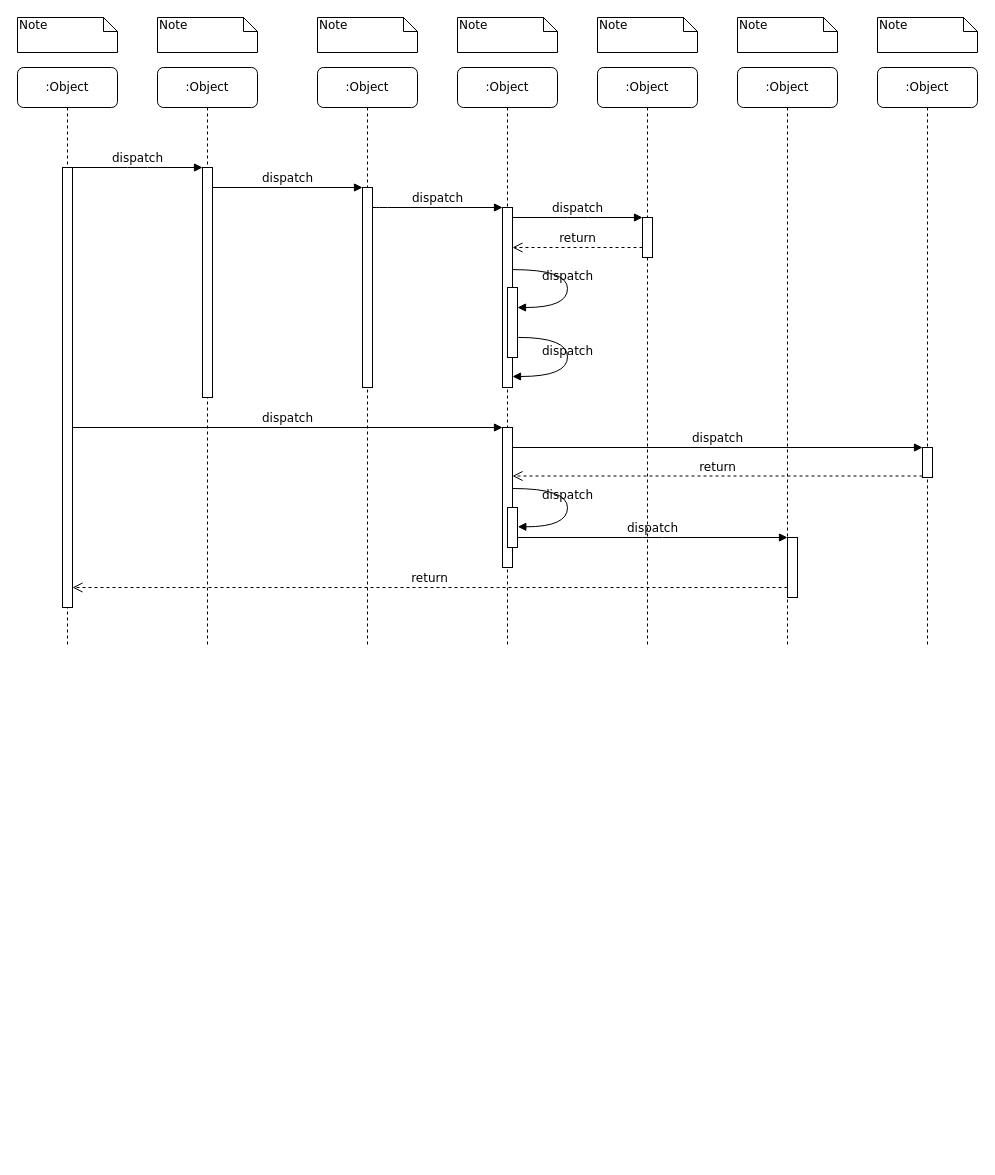
Above: 班车模式.drawio in hui007/sky-allinone (draw.io), before the change. Source tidied: cells renumbered, new cells numbered last; positions are measured from the earlier drawing's top-left corner, leaving out a move shared by most shapes. Both pictures are drawn from the tidied source at 100%, with x=0, y=0 at pixel (17, 17).
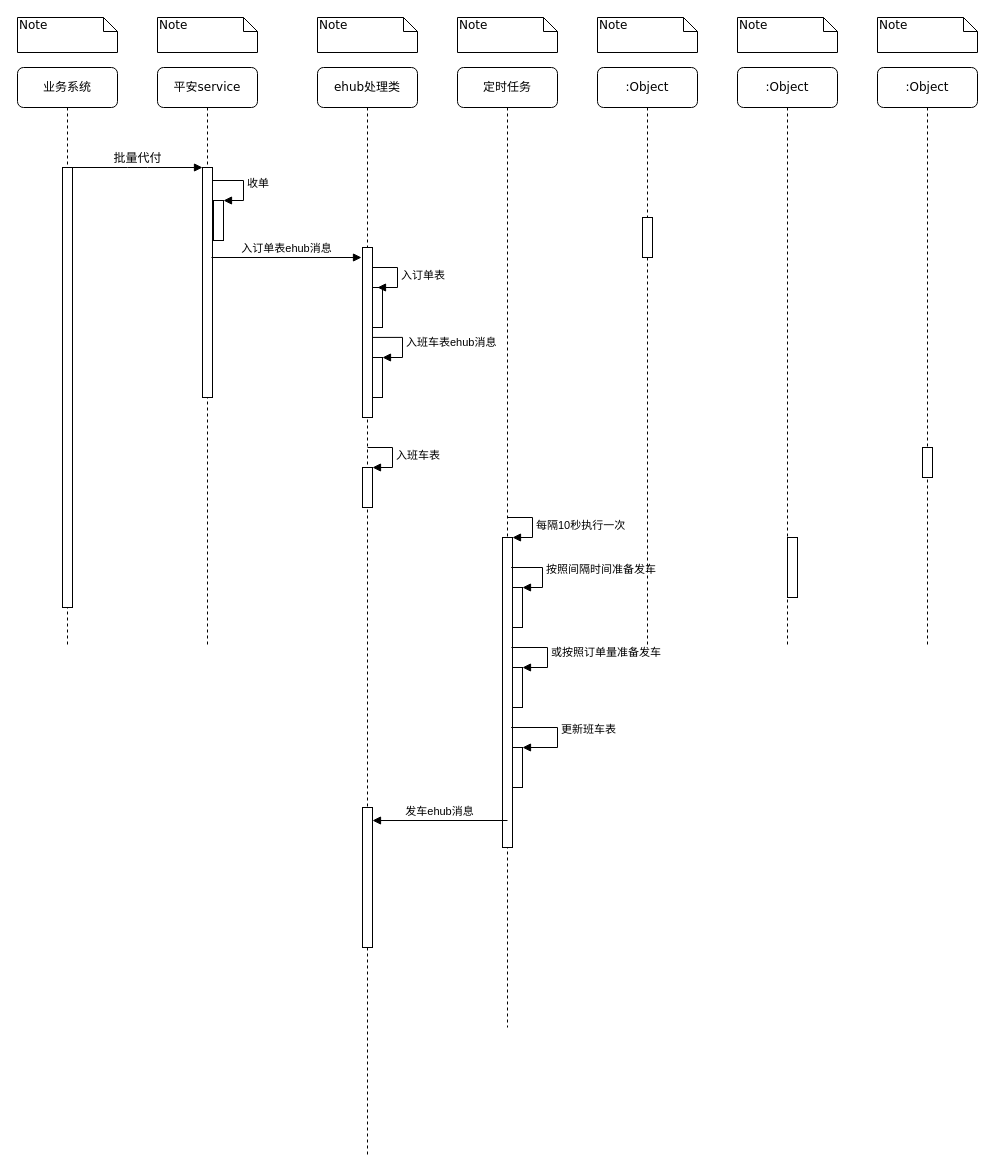
Above is the later version.

Unchanged cells that the change refers to:
```xml
<mxCell id="3" style="html=1;points=[];perimeter=orthogonalPerimeter;rounded=0;shadow=0;comic=0;labelBackgroundColor=none;strokeWidth=1;fontFamily=Verdana;fontSize=12;align=center;" parent="2" vertex="1">
  <mxGeometry x="45" y="100" width="10" height="230" as="geometry" />
</mxCell>
<mxCell id="11" style="html=1;points=[];perimeter=orthogonalPerimeter;rounded=0;shadow=0;comic=0;labelBackgroundColor=none;strokeWidth=1;fontFamily=Verdana;fontSize=12;align=center;" parent="10" vertex="1">
  <mxGeometry x="45" y="100" width="10" height="440" as="geometry" />
</mxCell>
<mxCell id="14" style="html=1;points=[];perimeter=orthogonalPerimeter;rounded=0;shadow=0;comic=0;labelBackgroundColor=none;strokeWidth=1;fontFamily=Verdana;fontSize=12;align=center;" parent="1" vertex="1">
  <mxGeometry x="625" y="200" width="10" height="40" as="geometry" />
</mxCell>
<mxCell id="19" style="html=1;points=[];perimeter=orthogonalPerimeter;rounded=0;shadow=0;comic=0;labelBackgroundColor=none;strokeColor=#000000;strokeWidth=1;fillColor=#FFFFFF;fontFamily=Verdana;fontSize=12;fontColor=#000000;align=center;" parent="1" vertex="1">
  <mxGeometry x="905" y="430" width="10" height="30" as="geometry" />
</mxCell>
<mxCell id="22" style="html=1;points=[];perimeter=orthogonalPerimeter;rounded=0;shadow=0;comic=0;labelBackgroundColor=none;strokeWidth=1;fontFamily=Verdana;fontSize=12;align=center;" parent="1" vertex="1">
  <mxGeometry x="770" y="520" width="10" height="60" as="geometry" />
</mxCell>
```

Diff of the diagram source:
```diff
@@
-    <mxCell id="2" value=":Object" style="shape=umlLifeline;perimeter=lifelinePerimeter;whiteSpace=wrap;html=1;rounded=1;shadow=0;comic=0;labelBackgroundColor=none;strokeWidth=1;fontFamily=Verdana;fontSize=12;align=center;" parent="1" vertex="1">
+    <mxCell id="2" value="平安service" style="shape=umlLifeline;perimeter=lifelinePerimeter;whiteSpace=wrap;html=1;rounded=1;shadow=0;comic=0;labelBackgroundColor=none;strokeWidth=1;fontFamily=Verdana;fontSize=12;align=center;" parent="1" vertex="1">
       <mxGeometry x="140" y="50" width="100" height="580" as="geometry" />
     </mxCell>
@@
+    <mxCell id="39" style="html=1;points=[];perimeter=orthogonalPerimeter;" parent="2" vertex="1">
+      <mxGeometry x="56" y="133" width="10" height="40" as="geometry" />
+    </mxCell>
+    <mxCell id="40" value="收单" style="edgeStyle=orthogonalEdgeStyle;html=1;align=left;spacingLeft=2;endArrow=block;rounded=0;entryX=1;entryY=0;exitX=0.9;exitY=0.117;exitDx=0;exitDy=0;exitPerimeter=0;" parent="2" edge="1" target="39">
+      <mxGeometry relative="1" as="geometry">
+        <mxPoint x="55" y="110" as="sourcePoint" />
+        <Array as="points">
+          <mxPoint x="55" y="113" />
+          <mxPoint x="86" y="113" />
+          <mxPoint x="86" y="133" />
+        </Array>
+      </mxGeometry>
+    </mxCell>
+    <mxCell id="41" value="入订单表ehub消息" style="html=1;verticalAlign=bottom;endArrow=block;" parent="2" edge="1">
+      <mxGeometry relative="1" as="geometry">
+        <mxPoint x="54" y="190" as="sourcePoint" />
+        <mxPoint x="204" y="190" as="targetPoint" />
+      </mxGeometry>
+    </mxCell>
-    <mxCell id="4" value=":Object" style="shape=umlLifeline;perimeter=lifelinePerimeter;whiteSpace=wrap;html=1;rounded=1;shadow=0;comic=0;labelBackgroundColor=none;strokeWidth=1;fontFamily=Verdana;fontSize=12;align=center;" parent="1" vertex="1">
-      <mxGeometry x="300" y="50" width="100" height="580" as="geometry" />
+    <mxCell id="4" value="ehub处理类" style="shape=umlLifeline;perimeter=lifelinePerimeter;whiteSpace=wrap;html=1;rounded=1;shadow=0;comic=0;labelBackgroundColor=none;strokeWidth=1;fontFamily=Verdana;fontSize=12;align=center;" parent="1" vertex="1">
+      <mxGeometry x="300" y="50" width="100" height="1090" as="geometry" />
     </mxCell>
     <mxCell id="5" style="html=1;points=[];perimeter=orthogonalPerimeter;rounded=0;shadow=0;comic=0;labelBackgroundColor=none;strokeWidth=1;fontFamily=Verdana;fontSize=12;align=center;" parent="4" vertex="1">
-      <mxGeometry x="45" y="120" width="10" height="200" as="geometry" />
+      <mxGeometry x="45" y="180" width="10" height="170" as="geometry" />
     </mxCell>
+    <mxCell id="42" style="html=1;perimeter=orthogonalPerimeter;" parent="4" vertex="1">
+      <mxGeometry x="55" y="220" width="10" height="40" as="geometry" />
+    </mxCell>
+    <mxCell id="43" value="入订单表" style="edgeStyle=orthogonalEdgeStyle;html=1;align=left;spacingLeft=2;endArrow=block;rounded=0;entryX=1;entryY=0;" parent="4" edge="1">
+      <mxGeometry relative="1" as="geometry">
+        <mxPoint x="55" y="200" as="sourcePoint" />
+        <mxPoint x="60" y="220" as="targetPoint" />
+        <Array as="points">
+          <mxPoint x="80" y="200" />
+        </Array>
+      </mxGeometry>
+    </mxCell>
+    <mxCell id="44" style="html=1;points=[];perimeter=orthogonalPerimeter;" parent="4" vertex="1">
+      <mxGeometry x="55" y="290" width="10" height="40" as="geometry" />
+    </mxCell>
+    <mxCell id="45" value="入班车表ehub消息" style="edgeStyle=orthogonalEdgeStyle;html=1;align=left;spacingLeft=2;endArrow=block;rounded=0;entryX=1;entryY=0;exitX=1;exitY=0.529;exitDx=0;exitDy=0;exitPerimeter=0;" parent="4" edge="1" source="5" target="44">
+      <mxGeometry relative="1" as="geometry">
+        <Array as="points">
+          <mxPoint x="85" y="270" />
+          <mxPoint x="85" y="290" />
+        </Array>
+      </mxGeometry>
+    </mxCell>
+    <mxCell id="46" style="html=1;points=[];perimeter=orthogonalPerimeter;" parent="4" vertex="1">
+      <mxGeometry x="45" y="400" width="10" height="40" as="geometry" />
+    </mxCell>
+    <mxCell id="47" value="入班车表" style="edgeStyle=orthogonalEdgeStyle;html=1;align=left;spacingLeft=2;endArrow=block;rounded=0;entryX=1;entryY=0;" parent="4" edge="1" target="46">
+      <mxGeometry relative="1" as="geometry">
+        <mxPoint x="50" y="380" as="sourcePoint" />
+        <Array as="points">
+          <mxPoint x="75" y="380" />
+        </Array>
+      </mxGeometry>
+    </mxCell>
+    <mxCell id="48" style="html=1;points=[];perimeter=orthogonalPerimeter;" parent="4" vertex="1">
+      <mxGeometry x="45" y="740" width="10" height="140" as="geometry" />
+    </mxCell>
-    <mxCell id="6" value=":Object" style="shape=umlLifeline;perimeter=lifelinePerimeter;whiteSpace=wrap;html=1;rounded=1;shadow=0;comic=0;labelBackgroundColor=none;strokeWidth=1;fontFamily=Verdana;fontSize=12;align=center;" parent="1" vertex="1">
-      <mxGeometry x="440" y="50" width="100" height="580" as="geometry" />
+    <mxCell id="6" value="定时任务" style="shape=umlLifeline;perimeter=lifelinePerimeter;whiteSpace=wrap;html=1;rounded=1;shadow=0;comic=0;labelBackgroundColor=none;strokeWidth=1;fontFamily=Verdana;fontSize=12;align=center;" parent="1" vertex="1">
+      <mxGeometry x="440" y="50" width="100" height="960" as="geometry" />
     </mxCell>
+    <mxCell id="49" style="html=1;points=[];perimeter=orthogonalPerimeter;" parent="6" vertex="1">
+      <mxGeometry x="45" y="470" width="10" height="310" as="geometry" />
+    </mxCell>
+    <mxCell id="50" value="每隔10秒执行一次" style="edgeStyle=orthogonalEdgeStyle;html=1;align=left;spacingLeft=2;endArrow=block;rounded=0;entryX=1;entryY=0;" parent="6" edge="1" target="49">
+      <mxGeometry relative="1" as="geometry">
+        <mxPoint x="50" y="450" as="sourcePoint" />
+        <Array as="points">
+          <mxPoint x="75" y="450" />
+        </Array>
+      </mxGeometry>
+    </mxCell>
+    <mxCell id="51" style="html=1;points=[];perimeter=orthogonalPerimeter;" parent="6" vertex="1">
+      <mxGeometry x="55" y="520" width="10" height="40" as="geometry" />
+    </mxCell>
+    <mxCell id="52" value="按照间隔时间准备发车" style="edgeStyle=orthogonalEdgeStyle;html=1;align=left;spacingLeft=2;endArrow=block;rounded=0;entryX=1;entryY=0;" parent="6" edge="1" target="51">
+      <mxGeometry relative="1" as="geometry">
+        <mxPoint x="60" y="500" as="sourcePoint" />
+        <Array as="points">
+          <mxPoint x="54" y="500" />
+          <mxPoint x="85" y="500" />
+          <mxPoint x="85" y="520" />
+        </Array>
+      </mxGeometry>
+    </mxCell>
+    <mxCell id="53" style="html=1;points=[];perimeter=orthogonalPerimeter;" parent="6" vertex="1">
+      <mxGeometry x="55" y="600" width="10" height="40" as="geometry" />
+    </mxCell>
+    <mxCell id="54" value="或按照订单量准备发车" style="edgeStyle=orthogonalEdgeStyle;html=1;align=left;spacingLeft=2;endArrow=block;rounded=0;entryX=1;entryY=0;" parent="6" edge="1" target="53">
+      <mxGeometry relative="1" as="geometry">
+        <mxPoint x="54" y="580" as="sourcePoint" />
+        <Array as="points">
+          <mxPoint x="54" y="580" />
+          <mxPoint x="90" y="580" />
+          <mxPoint x="90" y="600" />
+        </Array>
+      </mxGeometry>
+    </mxCell>
+    <mxCell id="55" style="html=1;points=[];perimeter=orthogonalPerimeter;" parent="6" vertex="1">
+      <mxGeometry x="55" y="680" width="10" height="40" as="geometry" />
+    </mxCell>
+    <mxCell id="56" value="更新班车表" style="edgeStyle=orthogonalEdgeStyle;html=1;align=left;spacingLeft=2;endArrow=block;rounded=0;entryX=1;entryY=0;" parent="6" edge="1" target="55">
+      <mxGeometry relative="1" as="geometry">
+        <mxPoint x="60" y="660" as="sourcePoint" />
+        <Array as="points">
+          <mxPoint x="54" y="660" />
+          <mxPoint x="100" y="660" />
+          <mxPoint x="100" y="680" />
+        </Array>
+      </mxGeometry>
+    </mxCell>
+    <mxCell id="57" value="发车ehub消息" style="html=1;verticalAlign=bottom;endArrow=block;entryX=1;entryY=0.093;entryDx=0;entryDy=0;entryPerimeter=0;" parent="6" edge="1" target="48">
+      <mxGeometry relative="1" as="geometry">
+        <mxPoint x="50" y="753" as="sourcePoint" />
+      </mxGeometry>
+    </mxCell>
@@
-    <mxCell id="10" value=":Object" style="shape=umlLifeline;perimeter=lifelinePerimeter;whiteSpace=wrap;html=1;rounded=1;shadow=0;comic=0;labelBackgroundColor=none;strokeWidth=1;fontFamily=Verdana;fontSize=12;align=center;" parent="1" vertex="1">
+    <mxCell id="10" value="业务系统" style="shape=umlLifeline;perimeter=lifelinePerimeter;whiteSpace=wrap;html=1;rounded=1;shadow=0;comic=0;labelBackgroundColor=none;strokeWidth=1;fontFamily=Verdana;fontSize=12;align=center;" parent="1" vertex="1">
       <mxGeometry y="50" width="100" height="580" as="geometry" />
     </mxCell>
@@
-    <mxCell id="12" style="html=1;points=[];perimeter=orthogonalPerimeter;rounded=0;shadow=0;comic=0;labelBackgroundColor=none;strokeWidth=1;fontFamily=Verdana;fontSize=12;align=center;" parent="1" vertex="1">
-      <mxGeometry x="485" y="190" width="10" height="180" as="geometry" />
-    </mxCell>
-    <mxCell id="13" value="dispatch" style="html=1;verticalAlign=bottom;endArrow=block;labelBackgroundColor=none;fontFamily=Verdana;fontSize=12;edgeStyle=elbowEdgeStyle;elbow=vertical;" parent="1" edge="1" source="5" target="12">
-      <mxGeometry relative="1" as="geometry">
-        <Array as="points">
-          <mxPoint x="360" y="190" />
-        </Array>
-      </mxGeometry>
-    </mxCell>
@@
-    <mxCell id="15" value="dispatch" style="html=1;verticalAlign=bottom;endArrow=block;entryX=0;entryY=0;labelBackgroundColor=none;fontFamily=Verdana;fontSize=12;edgeStyle=elbowEdgeStyle;elbow=vertical;" parent="1" edge="1" source="12" target="14">
-      <mxGeometry relative="1" as="geometry" />
-    </mxCell>
-    <mxCell id="16" value="return" style="html=1;verticalAlign=bottom;endArrow=open;dashed=1;endSize=8;labelBackgroundColor=none;fontFamily=Verdana;fontSize=12;edgeStyle=elbowEdgeStyle;elbow=vertical;" parent="1" edge="1" source="14" target="12">
-      <mxGeometry relative="1" as="geometry">
-        <Array as="points">
-          <mxPoint x="570" y="230" />
-          <mxPoint x="600" y="230" />
-        </Array>
-      </mxGeometry>
-    </mxCell>
-    <mxCell id="17" style="html=1;points=[];perimeter=orthogonalPerimeter;rounded=0;shadow=0;comic=0;labelBackgroundColor=none;strokeWidth=1;fontFamily=Verdana;fontSize=12;align=center;" parent="1" vertex="1">
-      <mxGeometry x="485" y="410" width="10" height="140" as="geometry" />
-    </mxCell>
-    <mxCell id="18" value="dispatch" style="html=1;verticalAlign=bottom;endArrow=block;entryX=0;entryY=0;labelBackgroundColor=none;fontFamily=Verdana;fontSize=12;" parent="1" edge="1" source="11" target="17">
-      <mxGeometry relative="1" as="geometry" />
-    </mxCell>
@@
-    <mxCell id="20" value="dispatch" style="html=1;verticalAlign=bottom;endArrow=block;entryX=0;entryY=0;labelBackgroundColor=none;fontFamily=Verdana;fontSize=12;" parent="1" edge="1" source="17" target="19">
-      <mxGeometry relative="1" as="geometry" />
-    </mxCell>
-    <mxCell id="21" value="return" style="html=1;verticalAlign=bottom;endArrow=open;dashed=1;endSize=8;exitX=0;exitY=0.95;labelBackgroundColor=none;fontFamily=Verdana;fontSize=12;" parent="1" edge="1" source="19" target="17">
-      <mxGeometry relative="1" as="geometry" />
-    </mxCell>
@@
-    <mxCell id="23" value="dispatch" style="html=1;verticalAlign=bottom;endArrow=block;entryX=0;entryY=0;labelBackgroundColor=none;fontFamily=Verdana;fontSize=12;edgeStyle=elbowEdgeStyle;elbow=vertical;" parent="1" edge="1" source="30" target="22">
-      <mxGeometry relative="1" as="geometry" />
-    </mxCell>
-    <mxCell id="24" value="return" style="html=1;verticalAlign=bottom;endArrow=open;dashed=1;endSize=8;labelBackgroundColor=none;fontFamily=Verdana;fontSize=12;edgeStyle=elbowEdgeStyle;elbow=vertical;" parent="1" edge="1" source="22" target="11">
-      <mxGeometry relative="1" as="geometry">
-        <Array as="points">
-          <mxPoint x="470" y="570" />
-        </Array>
-      </mxGeometry>
-    </mxCell>
+    <mxCell id="32" value="Note" style="shape=note;whiteSpace=wrap;html=1;size=14;verticalAlign=top;align=left;spacingTop=-6;rounded=0;shadow=0;comic=0;labelBackgroundColor=none;strokeWidth=1;fontFamily=Verdana;fontSize=12;" parent="1" vertex="1">
+      <mxGeometry width="100" height="35" as="geometry" />
+    </mxCell>
-    <mxCell id="25" value="dispatch" style="html=1;verticalAlign=bottom;endArrow=block;entryX=0;entryY=0;labelBackgroundColor=none;fontFamily=Verdana;fontSize=12;edgeStyle=elbowEdgeStyle;elbow=vertical;" parent="1" edge="1" source="11" target="3">
+    <mxCell id="25" value="批量代付" style="html=1;verticalAlign=bottom;endArrow=block;entryX=0;entryY=0;labelBackgroundColor=none;fontFamily=Verdana;fontSize=12;edgeStyle=elbowEdgeStyle;elbow=vertical;" parent="1" edge="1" source="11" target="3">
       <mxGeometry relative="1" as="geometry" />
     </mxCell>
-    <mxCell id="26" value="dispatch" style="html=1;verticalAlign=bottom;endArrow=block;entryX=0;entryY=0;labelBackgroundColor=none;fontFamily=Verdana;fontSize=12;edgeStyle=elbowEdgeStyle;elbow=vertical;" parent="1" edge="1" source="3" target="5">
-      <mxGeometry relative="1" as="geometry" />
-    </mxCell>
-    <mxCell id="27" style="html=1;points=[];perimeter=orthogonalPerimeter;rounded=0;shadow=0;comic=0;labelBackgroundColor=none;strokeWidth=1;fontFamily=Verdana;fontSize=12;align=center;" parent="1" vertex="1">
-      <mxGeometry x="490" y="270" width="10" height="70" as="geometry" />
-    </mxCell>
-    <mxCell id="28" value="dispatch" style="html=1;verticalAlign=bottom;endArrow=block;labelBackgroundColor=none;fontFamily=Verdana;fontSize=12;elbow=vertical;edgeStyle=orthogonalEdgeStyle;curved=1;entryX=1;entryY=0.286;entryPerimeter=0;exitX=1.038;exitY=0.345;exitPerimeter=0;" parent="1" edge="1" source="12" target="27">
-      <mxGeometry relative="1" as="geometry">
-        <Array as="points">
-          <mxPoint x="550" y="252" />
-          <mxPoint x="550" y="290" />
-        </Array>
-      </mxGeometry>
-    </mxCell>
-    <mxCell id="29" value="dispatch" style="html=1;verticalAlign=bottom;endArrow=block;labelBackgroundColor=none;fontFamily=Verdana;fontSize=12;elbow=vertical;edgeStyle=orthogonalEdgeStyle;curved=1;exitX=1.066;exitY=0.713;exitPerimeter=0;" parent="1" edge="1" source="27">
-      <mxGeometry relative="1" as="geometry">
-        <mxPoint x="495" y="359" as="targetPoint" />
-        <Array as="points">
-          <mxPoint x="550" y="320" />
-          <mxPoint x="550" y="359" />
-        </Array>
-      </mxGeometry>
-    </mxCell>
-    <mxCell id="30" style="html=1;points=[];perimeter=orthogonalPerimeter;rounded=0;shadow=0;comic=0;labelBackgroundColor=none;strokeWidth=1;fontFamily=Verdana;fontSize=12;align=center;" parent="1" vertex="1">
-      <mxGeometry x="490" y="490" width="10" height="40" as="geometry" />
-    </mxCell>
-    <mxCell id="31" value="dispatch" style="html=1;verticalAlign=bottom;endArrow=block;labelBackgroundColor=none;fontFamily=Verdana;fontSize=12;elbow=vertical;edgeStyle=orthogonalEdgeStyle;curved=1;entryX=1;entryY=0.286;entryPerimeter=0;exitX=1.038;exitY=0.345;exitPerimeter=0;" parent="1" edge="1">
-      <mxGeometry relative="1" as="geometry">
-        <mxPoint x="495.3" y="471" as="sourcePoint" />
-        <mxPoint x="500.3" y="509.3" as="targetPoint" />
-        <Array as="points">
-          <mxPoint x="550" y="471" />
-          <mxPoint x="550" y="509" />
-        </Array>
-      </mxGeometry>
-    </mxCell>
-    <mxCell id="32" value="Note" style="shape=note;whiteSpace=wrap;html=1;size=14;verticalAlign=top;align=left;spacingTop=-6;rounded=0;shadow=0;comic=0;labelBackgroundColor=none;strokeWidth=1;fontFamily=Verdana;fontSize=12;" parent="1" vertex="1">
-      <mxGeometry width="100" height="35" as="geometry" />
-    </mxCell>
```
